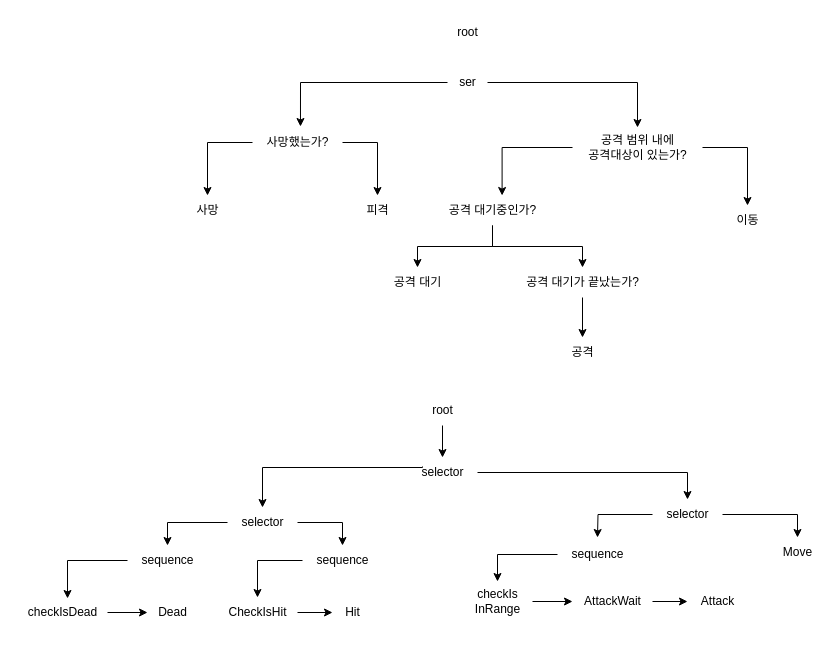
The draw.io diagram 보스행동트리개요.drawio in FavorKim/SlimeProject, before the edit. Source tidied: cells renumbered, new cells numbered last; positions are measured from the earlier drawing's top-left corner, leaving out a move shared by most shapes. Both pictures are drawn from the tidied source at 100%, with x=0, y=0 at pixel (17, 17).
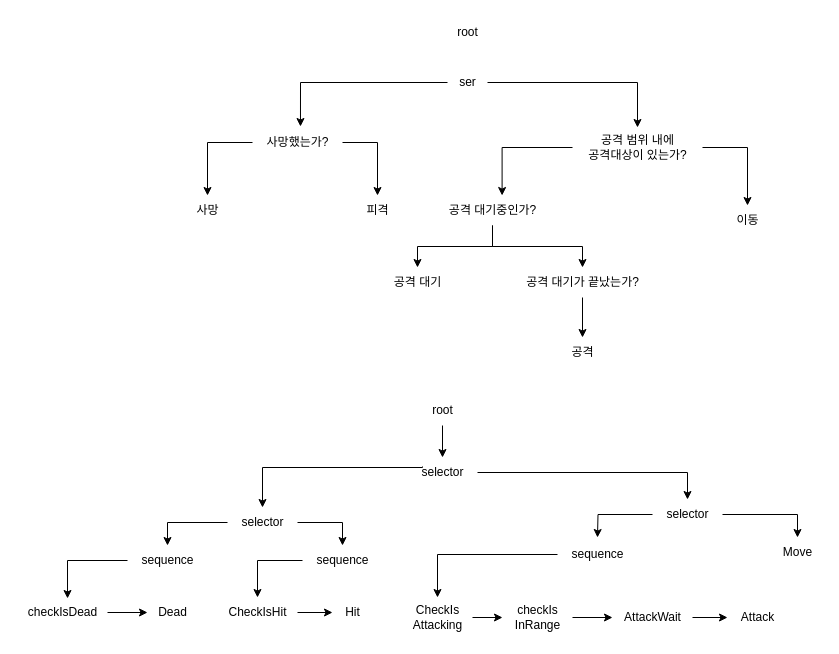
The same diagram, later.

Commit message:
보스행동트리개요.drawio 업데이트

The change refers to these unchanged cells:
```xml
<mxCell id="45" value="sequence" style="text;html=1;align=center;verticalAlign=middle;points=[];strokeColor=none;fillColor=none;" parent="1" vertex="1">
  <mxGeometry x="540" y="522" width="80" height="30" as="geometry" />
</mxCell>
```

Diff of the diagram source:
```diff
@@
-    <mxCell id="44" style="edgeStyle=orthogonalEdgeStyle;rounded=0;jettySize=auto;html=1;" parent="1" edge="1" source="45" target="47">
-      <mxGeometry relative="1" as="geometry" />
-    </mxCell>
+    <mxCell id="51" style="edgeStyle=orthogonalEdgeStyle;rounded=0;jettySize=auto;html=1;" parent="1" edge="1" source="45" target="53">
+      <mxGeometry relative="1" as="geometry" />
+    </mxCell>
@@
     <mxCell id="47" value="checkIs&lt;div&gt;InRange&lt;/div&gt;" style="text;html=1;align=center;verticalAlign=middle;points=[];strokeColor=none;fillColor=none;" parent="1" vertex="1">
-      <mxGeometry x="445" y="564" width="70" height="40" as="geometry" />
+      <mxGeometry x="485" y="580" width="70" height="40" as="geometry" />
     </mxCell>
@@
     <mxCell id="49" value="AttackWait" style="text;html=1;align=center;verticalAlign=middle;points=[];strokeColor=none;fillColor=none;" parent="1" vertex="1">
-      <mxGeometry x="555" y="569" width="80" height="30" as="geometry" />
+      <mxGeometry x="595" y="585" width="80" height="30" as="geometry" />
     </mxCell>
     <mxCell id="50" value="Attack" style="text;html=1;align=center;verticalAlign=middle;points=[];strokeColor=none;fillColor=none;" parent="1" vertex="1">
-      <mxGeometry x="670" y="569" width="60" height="30" as="geometry" />
+      <mxGeometry x="710" y="585" width="60" height="30" as="geometry" />
     </mxCell>
+    <mxCell id="52" style="edgeStyle=orthogonalEdgeStyle;rounded=0;jettySize=auto;html=1;" parent="1" edge="1" source="53" target="47">
+      <mxGeometry relative="1" as="geometry" />
+    </mxCell>
+    <mxCell id="53" value="CheckIs&lt;div&gt;Attacking&lt;/div&gt;" style="text;html=1;align=center;verticalAlign=middle;points=[];strokeColor=none;fillColor=none;" parent="1" vertex="1">
+      <mxGeometry x="385" y="580" width="70" height="40" as="geometry" />
+    </mxCell>
```
